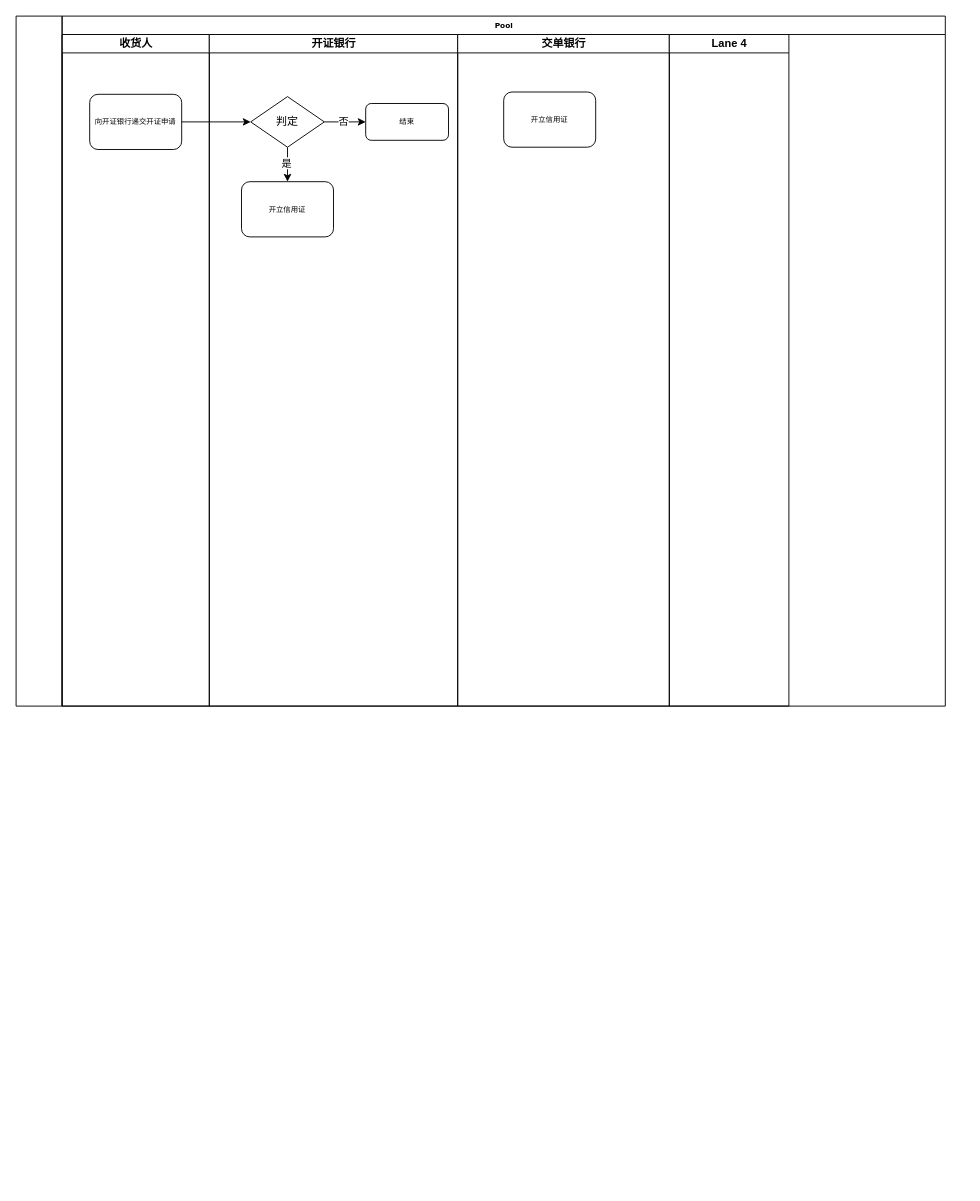
This is BL.drawio from huangdamon/taobao_catch, a draw.io file, before an edit. Source tidied: cells renumbered, new cells numbered last; positions are measured from the earlier drawing's top-left corner, leaving out a move shared by most shapes. Both pictures are drawn from the tidied source at 92%, with x=0, y=0 at pixel (16, 16).
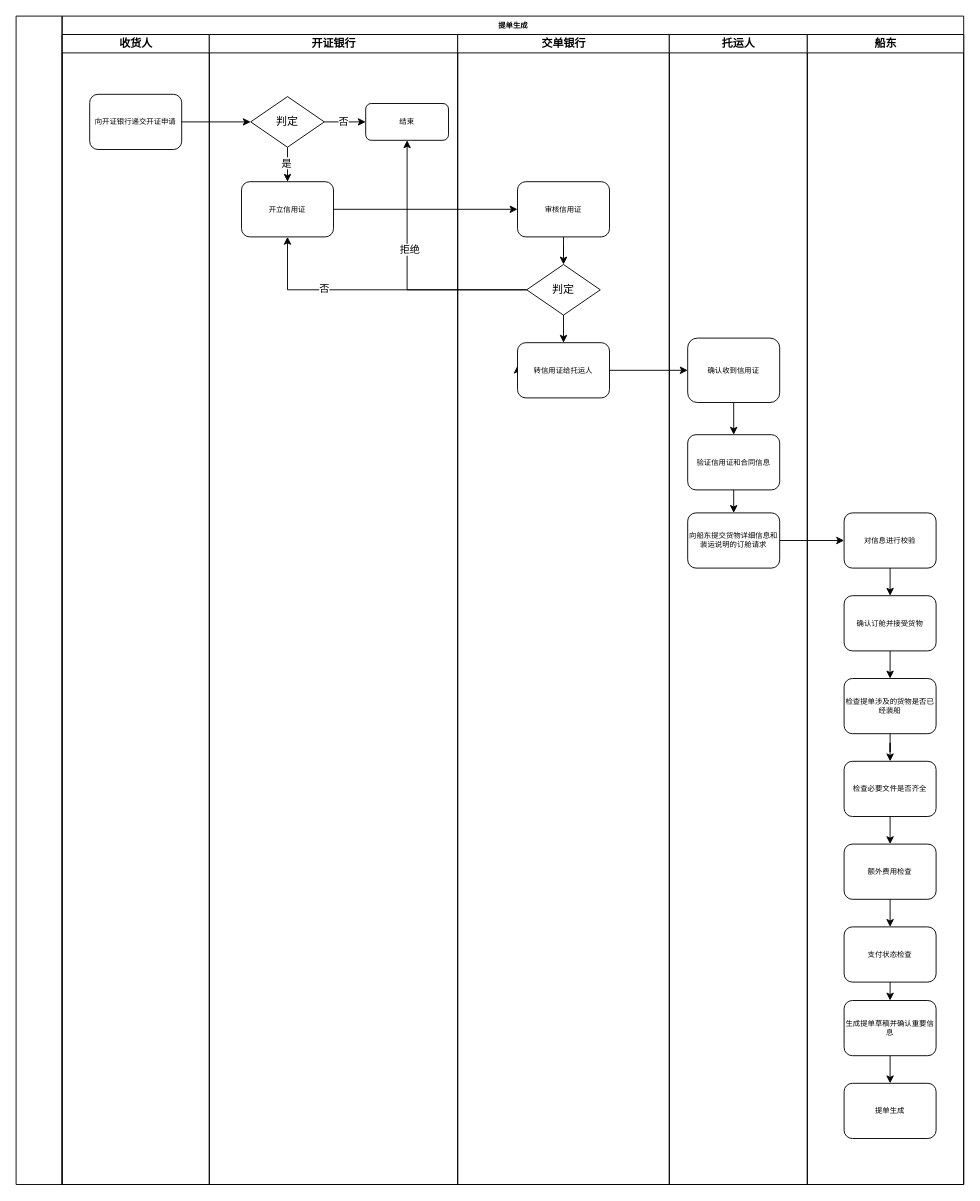
The same diagram, later.

Unchanged cells that the change refers to:
```xml
<mxCell id="4" value="向开证银行递交开证申请" style="rounded=1;whiteSpace=wrap;html=1;shadow=0;labelBackgroundColor=none;strokeWidth=1;fontFamily=Verdana;fontSize=8;align=center;" parent="3" vertex="1">
  <mxGeometry x="30" y="65" width="100" height="60" as="geometry" />
</mxCell>
<mxCell id="10" value="判定" style="rhombus;whiteSpace=wrap;html=1;" parent="5" vertex="1">
  <mxGeometry x="45" y="67.5" width="80" height="55" as="geometry" />
</mxCell>
<mxCell id="11" value="结束" style="rounded=1;whiteSpace=wrap;html=1;shadow=0;labelBackgroundColor=none;strokeWidth=1;fontFamily=Verdana;fontSize=8;align=center;" parent="5" vertex="1">
  <mxGeometry x="170" y="75" width="90" height="40" as="geometry" />
</mxCell>
<mxCell id="12" value="开立信用证" style="rounded=1;whiteSpace=wrap;html=1;shadow=0;labelBackgroundColor=none;strokeWidth=1;fontFamily=Verdana;fontSize=8;align=center;" parent="5" vertex="1">
  <mxGeometry x="35" y="160" width="100" height="60" as="geometry" />
</mxCell>
```

Diff of the diagram source:
```diff
@@
-    <mxCell id="2" value="Pool" style="swimlane;html=1;startSize=20;rounded=0;shadow=0;labelBackgroundColor=none;strokeWidth=1;fontFamily=Verdana;fontSize=8;align=center;" parent="1" vertex="1">
-      <mxGeometry x="50" width="960" height="750" as="geometry" />
+    <mxCell id="2" value="提单生成" style="swimlane;html=1;startSize=20;rounded=0;shadow=0;labelBackgroundColor=none;strokeWidth=1;fontFamily=Verdana;fontSize=8;align=center;" parent="1" vertex="1">
+      <mxGeometry x="50" width="980" height="1270" as="geometry" />
     </mxCell>
     <mxCell id="3" value="收货人" style="swimlane;html=1;startSize=20;" parent="2" vertex="1">
-      <mxGeometry y="20" width="160" height="730" as="geometry" />
+      <mxGeometry y="20" width="160" height="1250" as="geometry" />
     </mxCell>
@@
     <mxCell id="5" value="开证银行" style="swimlane;html=1;startSize=20;" parent="2" vertex="1">
-      <mxGeometry x="160" y="20" width="270" height="730" as="geometry" />
+      <mxGeometry x="160" y="20" width="270" height="1250" as="geometry" />
     </mxCell>
@@
+    <mxCell id="15" style="edgeStyle=orthogonalEdgeStyle;rounded=0;jettySize=auto;html=1;exitX=1;exitY=0.5;exitDx=0;exitDy=0;" parent="2" edge="1" source="4" target="10">
+      <mxGeometry relative="1" as="geometry" />
+    </mxCell>
+    <mxCell id="18" style="edgeStyle=orthogonalEdgeStyle;rounded=0;jettySize=auto;html=1;" parent="2" edge="1" source="22" target="25">
+      <mxGeometry relative="1" as="geometry" />
+    </mxCell>
+    <mxCell id="19" style="edgeStyle=orthogonalEdgeStyle;rounded=0;jettySize=auto;html=1;exitX=1;exitY=0.5;exitDx=0;exitDy=0;entryX=0;entryY=0.5;entryDx=0;entryDy=0;" parent="2" edge="1" source="28" target="33">
+      <mxGeometry relative="1" as="geometry" />
+    </mxCell>
     <mxCell id="13" value="交单银行" style="swimlane;html=1;startSize=20;" parent="2" vertex="1">
-      <mxGeometry x="430" y="20" width="230" height="730" as="geometry" />
+      <mxGeometry x="430" y="20" width="230" height="1250" as="geometry" />
     </mxCell>
+    <mxCell id="20" style="edgeStyle=orthogonalEdgeStyle;rounded=0;jettySize=auto;html=1;entryX=0.5;entryY=0;entryDx=0;entryDy=0;" parent="13" edge="1" source="14" target="24">
+      <mxGeometry relative="1" as="geometry" />
+    </mxCell>
-    <mxCell id="14" value="开立信用证" style="rounded=1;whiteSpace=wrap;html=1;shadow=0;labelBackgroundColor=none;strokeWidth=1;fontFamily=Verdana;fontSize=8;align=center;" parent="13" vertex="1">
-      <mxGeometry x="50" y="62.5" width="100" height="60" as="geometry" />
+    <mxCell id="14" value="审核信用证" style="rounded=1;whiteSpace=wrap;html=1;shadow=0;labelBackgroundColor=none;strokeWidth=1;fontFamily=Verdana;fontSize=8;align=center;" parent="13" vertex="1">
+      <mxGeometry x="65" y="160" width="100" height="60" as="geometry" />
     </mxCell>
-    <mxCell id="15" style="edgeStyle=orthogonalEdgeStyle;rounded=0;jettySize=auto;html=1;exitX=1;exitY=0.5;exitDx=0;exitDy=0;" parent="2" edge="1" source="4" target="10">
-      <mxGeometry relative="1" as="geometry" />
-    </mxCell>
+    <mxCell id="21" style="edgeStyle=orthogonalEdgeStyle;rounded=0;jettySize=auto;html=1;exitX=0;exitY=0.5;exitDx=0;exitDy=0;" parent="13" edge="1" source="22">
+      <mxGeometry relative="1" as="geometry">
+        <mxPoint x="65" y="360" as="targetPoint" />
+      </mxGeometry>
+    </mxCell>
+    <mxCell id="22" value="转信用证给托运人" style="rounded=1;whiteSpace=wrap;html=1;shadow=0;labelBackgroundColor=none;strokeWidth=1;fontFamily=Verdana;fontSize=8;align=center;" parent="13" vertex="1">
+      <mxGeometry x="65" y="335" width="100" height="60" as="geometry" />
+    </mxCell>
+    <mxCell id="23" style="edgeStyle=orthogonalEdgeStyle;rounded=0;jettySize=auto;html=1;exitX=0.5;exitY=1;exitDx=0;exitDy=0;entryX=0.5;entryY=0;entryDx=0;entryDy=0;" parent="13" edge="1" source="24" target="22">
+      <mxGeometry relative="1" as="geometry" />
+    </mxCell>
+    <mxCell id="24" value="判定" style="rhombus;whiteSpace=wrap;html=1;" parent="13" vertex="1">
+      <mxGeometry x="75" y="250" width="80" height="55" as="geometry" />
+    </mxCell>
-    <mxCell id="16" value="Lane 4" style="swimlane;html=1;startSize=20;" parent="2" vertex="1">
-      <mxGeometry x="660" y="20" width="130" height="730" as="geometry" />
+    <mxCell id="16" value="托运人" style="swimlane;html=1;startSize=20;" parent="2" vertex="1">
+      <mxGeometry x="660" y="20" width="150" height="1250" as="geometry" />
     </mxCell>
+    <mxCell id="25" value="确认收到信用证" style="rounded=1;whiteSpace=wrap;html=1;shadow=0;labelBackgroundColor=none;strokeWidth=1;fontFamily=Verdana;fontSize=8;align=center;" parent="16" vertex="1">
+      <mxGeometry x="20" y="330" width="100" height="70" as="geometry" />
+    </mxCell>
+    <mxCell id="26" value="验证信用证和合同信息" style="rounded=1;whiteSpace=wrap;html=1;shadow=0;labelBackgroundColor=none;strokeWidth=1;fontFamily=Verdana;fontSize=8;align=center;" parent="16" vertex="1">
+      <mxGeometry x="20" y="435" width="100" height="60" as="geometry" />
+    </mxCell>
+    <mxCell id="27" style="edgeStyle=orthogonalEdgeStyle;rounded=0;jettySize=auto;html=1;exitX=0.5;exitY=1;exitDx=0;exitDy=0;entryX=0.5;entryY=0;entryDx=0;entryDy=0;" parent="16" edge="1" source="25" target="26">
+      <mxGeometry relative="1" as="geometry" />
+    </mxCell>
+    <mxCell id="28" value="向船东提交货物详细信息和装运说明的订舱请求" style="rounded=1;whiteSpace=wrap;html=1;shadow=0;labelBackgroundColor=none;strokeWidth=1;fontFamily=Verdana;fontSize=8;align=center;" parent="16" vertex="1">
+      <mxGeometry x="20" y="520" width="100" height="60" as="geometry" />
+    </mxCell>
+    <mxCell id="29" style="edgeStyle=orthogonalEdgeStyle;rounded=0;jettySize=auto;html=1;exitX=0.5;exitY=1;exitDx=0;exitDy=0;entryX=0.5;entryY=0;entryDx=0;entryDy=0;" parent="16" edge="1" source="26" target="28">
+      <mxGeometry relative="1" as="geometry" />
+    </mxCell>
+    <mxCell id="30" style="edgeStyle=orthogonalEdgeStyle;rounded=0;jettySize=auto;html=1;exitX=1;exitY=0.5;exitDx=0;exitDy=0;entryX=0;entryY=0.5;entryDx=0;entryDy=0;" parent="2" edge="1" source="12" target="14">
+      <mxGeometry relative="1" as="geometry" />
+    </mxCell>
+    <mxCell id="31" value="船东" style="swimlane;html=1;startSize=20;" parent="2" vertex="1">
+      <mxGeometry x="810" y="20" width="170" height="1250" as="geometry" />
+    </mxCell>
+    <mxCell id="32" style="edgeStyle=orthogonalEdgeStyle;rounded=0;jettySize=auto;html=1;exitX=0.5;exitY=1;exitDx=0;exitDy=0;entryX=0.5;entryY=0;entryDx=0;entryDy=0;" parent="31" edge="1" source="33" target="35">
+      <mxGeometry relative="1" as="geometry" />
+    </mxCell>
+    <mxCell id="33" value="对信息进行校验" style="rounded=1;whiteSpace=wrap;html=1;shadow=0;labelBackgroundColor=none;strokeWidth=1;fontFamily=Verdana;fontSize=8;align=center;" parent="31" vertex="1">
+      <mxGeometry x="40" y="520" width="100" height="60" as="geometry" />
+    </mxCell>
+    <mxCell id="34" style="edgeStyle=orthogonalEdgeStyle;rounded=0;jettySize=auto;html=1;exitX=0.5;exitY=1;exitDx=0;exitDy=0;entryX=0.5;entryY=0;entryDx=0;entryDy=0;" parent="31" edge="1" source="35" target="37">
+      <mxGeometry relative="1" as="geometry" />
+    </mxCell>
+    <mxCell id="35" value="确认订舱并接受货物" style="rounded=1;whiteSpace=wrap;html=1;shadow=0;labelBackgroundColor=none;strokeWidth=1;fontFamily=Verdana;fontSize=8;align=center;" parent="31" vertex="1">
+      <mxGeometry x="40" y="610" width="100" height="60" as="geometry" />
+    </mxCell>
+    <mxCell id="36" style="edgeStyle=orthogonalEdgeStyle;rounded=0;jettySize=auto;html=1;exitX=0.5;exitY=1;exitDx=0;exitDy=0;" parent="31" edge="1" source="37" target="39">
+      <mxGeometry relative="1" as="geometry" />
+    </mxCell>
+    <mxCell id="37" value="检查提单涉及的货物是否已经装船" style="rounded=1;whiteSpace=wrap;html=1;shadow=0;labelBackgroundColor=none;strokeWidth=1;fontFamily=Verdana;fontSize=8;align=center;" parent="31" vertex="1">
+      <mxGeometry x="40" y="700" width="100" height="60" as="geometry" />
+    </mxCell>
+    <mxCell id="38" style="edgeStyle=orthogonalEdgeStyle;rounded=0;jettySize=auto;html=1;exitX=0.5;exitY=1;exitDx=0;exitDy=0;entryX=0.5;entryY=0;entryDx=0;entryDy=0;" parent="31" edge="1" source="39" target="41">
+      <mxGeometry relative="1" as="geometry" />
+    </mxCell>
+    <mxCell id="39" value="检查必要文件是否齐全" style="rounded=1;whiteSpace=wrap;html=1;shadow=0;labelBackgroundColor=none;strokeWidth=1;fontFamily=Verdana;fontSize=8;align=center;" parent="31" vertex="1">
+      <mxGeometry x="40" y="790" width="100" height="60" as="geometry" />
+    </mxCell>
+    <mxCell id="40" style="edgeStyle=orthogonalEdgeStyle;rounded=0;jettySize=auto;html=1;exitX=0.5;exitY=1;exitDx=0;exitDy=0;entryX=0.5;entryY=0;entryDx=0;entryDy=0;" parent="31" edge="1" source="41" target="43">
+      <mxGeometry relative="1" as="geometry" />
+    </mxCell>
+    <mxCell id="41" value="额外费用检查" style="rounded=1;whiteSpace=wrap;html=1;shadow=0;labelBackgroundColor=none;strokeWidth=1;fontFamily=Verdana;fontSize=8;align=center;" parent="31" vertex="1">
+      <mxGeometry x="40" y="880" width="100" height="60" as="geometry" />
+    </mxCell>
+    <mxCell id="42" style="edgeStyle=orthogonalEdgeStyle;rounded=0;jettySize=auto;html=1;exitX=0.5;exitY=1;exitDx=0;exitDy=0;entryX=0.5;entryY=0;entryDx=0;entryDy=0;" parent="31" edge="1" source="43" target="45">
+      <mxGeometry relative="1" as="geometry" />
+    </mxCell>
+    <mxCell id="43" value="支付状态检查" style="rounded=1;whiteSpace=wrap;html=1;shadow=0;labelBackgroundColor=none;strokeWidth=1;fontFamily=Verdana;fontSize=8;align=center;" parent="31" vertex="1">
+      <mxGeometry x="40" y="970" width="100" height="60" as="geometry" />
+    </mxCell>
+    <mxCell id="44" style="edgeStyle=orthogonalEdgeStyle;rounded=0;jettySize=auto;html=1;exitX=0.5;exitY=1;exitDx=0;exitDy=0;entryX=0.5;entryY=0;entryDx=0;entryDy=0;" parent="31" edge="1" source="45" target="46">
+      <mxGeometry relative="1" as="geometry" />
+    </mxCell>
+    <mxCell id="45" value="生成提单草稿并确认重要信息" style="rounded=1;whiteSpace=wrap;html=1;shadow=0;labelBackgroundColor=none;strokeWidth=1;fontFamily=Verdana;fontSize=8;align=center;" parent="31" vertex="1">
+      <mxGeometry x="40" y="1050" width="100" height="60" as="geometry" />
+    </mxCell>
+    <mxCell id="46" value="提单生成" style="rounded=1;whiteSpace=wrap;html=1;shadow=0;labelBackgroundColor=none;strokeWidth=1;fontFamily=Verdana;fontSize=8;align=center;" parent="31" vertex="1">
+      <mxGeometry x="40" y="1140" width="100" height="60" as="geometry" />
+    </mxCell>
+    <mxCell id="47" style="edgeStyle=orthogonalEdgeStyle;rounded=0;jettySize=auto;html=1;exitX=0;exitY=0.5;exitDx=0;exitDy=0;entryX=0.5;entryY=1;entryDx=0;entryDy=0;" parent="2" edge="1" source="24" target="12">
+      <mxGeometry relative="1" as="geometry" />
+    </mxCell>
+    <mxCell id="48" value="否" style="edgeLabel;html=1;align=center;verticalAlign=middle;" parent="47" vertex="1">
+      <mxGeometry x="0.39" y="-2" relative="1" as="geometry" />
+    </mxCell>
+    <mxCell id="49" style="edgeStyle=orthogonalEdgeStyle;rounded=0;jettySize=auto;html=1;exitX=0;exitY=0.5;exitDx=0;exitDy=0;entryX=0.5;entryY=1;entryDx=0;entryDy=0;" parent="2" edge="1" source="24" target="11">
+      <mxGeometry relative="1" as="geometry" />
+    </mxCell>
+    <mxCell id="50" value="拒绝" style="edgeLabel;html=1;align=center;verticalAlign=middle;" parent="49" vertex="1">
+      <mxGeometry x="0.19" y="-2" relative="1" as="geometry" />
+    </mxCell>
     <mxCell id="17" style="swimlane;startSize=0;" parent="1" vertex="1">
-      <mxGeometry width="50" height="750" as="geometry" />
+      <mxGeometry width="50" height="1270" as="geometry" />
     </mxCell>
```
